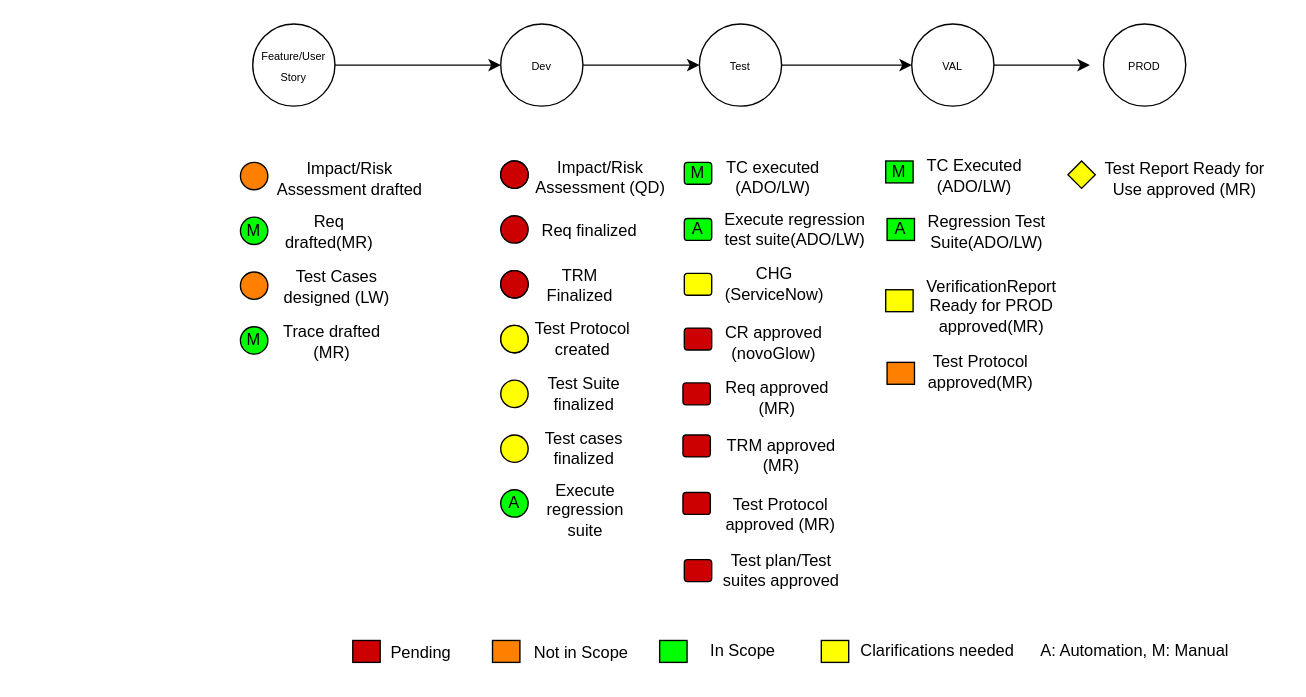
Before: hpalmtoado2.drawio in surajnaik90/Architectures-Designs, a draw.io diagram. Source tidied: cells renumbered, new cells numbered last; positions are measured from the earlier drawing's top-left corner, leaving out a move shared by most shapes. Both pictures are drawn from the tidied source at 137%, with x=0, y=0 at pixel (240, 23).
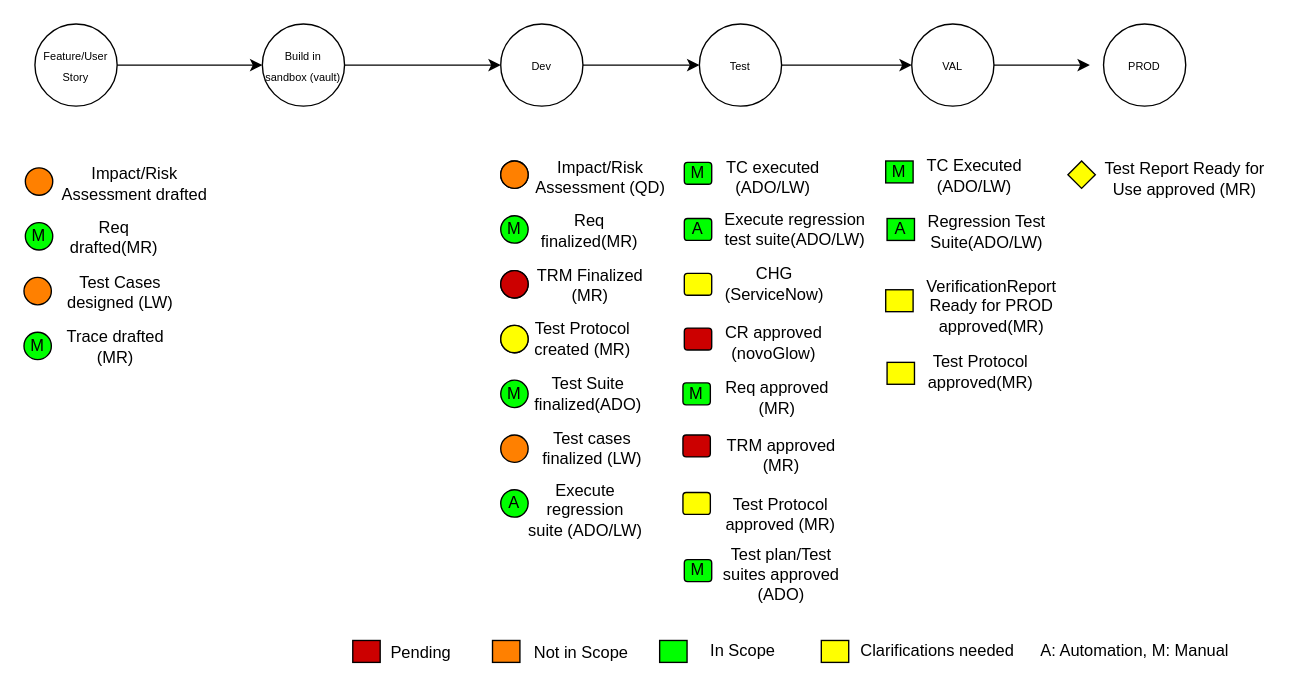
After the change.

The edit, as a diff of the source:
```diff
@@
     <mxCell id="3" style="ellipse;whiteSpace=wrap;html=1;" parent="1" vertex="1">
-      <mxGeometry x="9" width="60" height="60" as="geometry" />
+      <mxGeometry x="16" width="60" height="60" as="geometry" />
     </mxCell>
-    <mxCell id="4" value="&lt;font style=&quot;font-size: 8px;&quot;&gt;Feature/User Story&lt;/font&gt;" style="text;html=1;strokeColor=none;fillColor=none;align=center;verticalAlign=middle;whiteSpace=wrap;rounded=0;" parent="1" vertex="1">
-      <mxGeometry x="9" y="15" width="60" height="30" as="geometry" />
+    <mxCell id="4" value="&lt;font style=&quot;font-size: 8px;&quot;&gt;Build in sandbox (vault)&lt;/font&gt;" style="text;html=1;strokeColor=none;fillColor=none;align=center;verticalAlign=middle;whiteSpace=wrap;rounded=0;" parent="1" vertex="1">
+      <mxGeometry x="16" y="15" width="60" height="30" as="geometry" />
     </mxCell>
@@
-    <mxCell id="17" style="ellipse;whiteSpace=wrap;html=1;fillColor=#CC0000;" parent="1" vertex="1">
+    <mxCell id="17" value="M" style="ellipse;whiteSpace=wrap;html=1;fillColor=#00FF00;" parent="1" vertex="1">
       <mxGeometry x="190" y="140" width="20" height="20" as="geometry" />
     </mxCell>
@@
-    <mxCell id="20" style="ellipse;whiteSpace=wrap;html=1;fillColor=#FFFF00;" parent="1" vertex="1">
+    <mxCell id="20" value="M" style="ellipse;whiteSpace=wrap;html=1;fillColor=#00FF00;" parent="1" vertex="1">
       <mxGeometry x="190" y="260" width="20" height="20" as="geometry" />
     </mxCell>
-    <mxCell id="21" style="ellipse;whiteSpace=wrap;html=1;fillColor=#FFFF00;" parent="1" vertex="1">
+    <mxCell id="21" style="ellipse;whiteSpace=wrap;html=1;fillColor=#FF8000;" parent="1" vertex="1">
       <mxGeometry x="190" y="300" width="20" height="20" as="geometry" />
     </mxCell>
@@
-    <mxCell id="24" value="Req finalized" style="text;html=1;strokeColor=none;fillColor=none;align=center;verticalAlign=middle;whiteSpace=wrap;rounded=0;" parent="1" vertex="1">
+    <mxCell id="24" value="Req finalized(MR)" style="text;html=1;strokeColor=none;fillColor=none;align=center;verticalAlign=middle;whiteSpace=wrap;rounded=0;" parent="1" vertex="1">
       <mxGeometry x="213" y="136" width="84" height="30" as="geometry" />
     </mxCell>
-    <mxCell id="25" value="TRM Finalized" style="text;html=1;strokeColor=none;fillColor=none;align=center;verticalAlign=middle;whiteSpace=wrap;rounded=0;" parent="1" vertex="1">
-      <mxGeometry x="211" y="176" width="74" height="30" as="geometry" />
+    <mxCell id="25" value="TRM Finalized (MR)" style="text;html=1;strokeColor=none;fillColor=none;align=center;verticalAlign=middle;whiteSpace=wrap;rounded=0;" parent="1" vertex="1">
+      <mxGeometry x="211" y="176" width="89" height="30" as="geometry" />
     </mxCell>
-    <mxCell id="26" value="Test Protocol created" style="text;html=1;strokeColor=none;fillColor=none;align=center;verticalAlign=middle;whiteSpace=wrap;rounded=0;" parent="1" vertex="1">
+    <mxCell id="26" value="Test Protocol created (MR)" style="text;html=1;strokeColor=none;fillColor=none;align=center;verticalAlign=middle;whiteSpace=wrap;rounded=0;" parent="1" vertex="1">
       <mxGeometry x="213" y="215" width="74" height="30" as="geometry" />
     </mxCell>
-    <mxCell id="27" value="Test Suite finalized" style="text;html=1;strokeColor=none;fillColor=none;align=center;verticalAlign=middle;whiteSpace=wrap;rounded=0;" parent="1" vertex="1">
-      <mxGeometry x="214" y="255" width="74" height="30" as="geometry" />
+    <mxCell id="27" value="Test Suite finalized(ADO)" style="text;html=1;strokeColor=none;fillColor=none;align=center;verticalAlign=middle;whiteSpace=wrap;rounded=0;" parent="1" vertex="1">
+      <mxGeometry x="217" y="255" width="74" height="30" as="geometry" />
     </mxCell>
-    <mxCell id="28" value="Test cases finalized" style="text;html=1;strokeColor=none;fillColor=none;align=center;verticalAlign=middle;whiteSpace=wrap;rounded=0;" parent="1" vertex="1">
-      <mxGeometry x="214" y="295" width="74" height="30" as="geometry" />
+    <mxCell id="28" value="Test cases finalized (LW)" style="text;html=1;strokeColor=none;fillColor=none;align=center;verticalAlign=middle;whiteSpace=wrap;rounded=0;" parent="1" vertex="1">
+      <mxGeometry x="214" y="295" width="86" height="30" as="geometry" />
     </mxCell>
-    <mxCell id="29" value="Execute regression suite" style="text;html=1;strokeColor=none;fillColor=none;align=center;verticalAlign=middle;whiteSpace=wrap;rounded=0;" parent="1" vertex="1">
+    <mxCell id="29" value="Execute regression suite (ADO/LW)" style="text;html=1;strokeColor=none;fillColor=none;align=center;verticalAlign=middle;whiteSpace=wrap;rounded=0;" parent="1" vertex="1">
       <mxGeometry x="209" y="340" width="86" height="30" as="geometry" />
     </mxCell>
-    <mxCell id="30" style="ellipse;whiteSpace=wrap;html=1;fillColor=#CC0000;" parent="1" vertex="1">
+    <mxCell id="30" style="ellipse;whiteSpace=wrap;html=1;fillColor=#FF8000;" parent="1" vertex="1">
       <mxGeometry x="190" y="100" width="20" height="20" as="geometry" />
     </mxCell>
@@
-    <mxCell id="38" style="rounded=1;whiteSpace=wrap;html=1;fillColor=#FF8000;arcSize=0;" parent="1" vertex="1">
+    <mxCell id="38" style="rounded=1;whiteSpace=wrap;html=1;fillColor=#FFFF00;arcSize=0;" parent="1" vertex="1">
       <mxGeometry x="472" y="247" width="20" height="16" as="geometry" />
     </mxCell>
@@
-    <mxCell id="50" style="rounded=1;whiteSpace=wrap;html=1;fillColor=#CC0000;" parent="1" vertex="1">
+    <mxCell id="50" value="M" style="rounded=1;whiteSpace=wrap;html=1;fillColor=#00FF00;" parent="1" vertex="1">
       <mxGeometry x="323" y="262" width="20" height="16" as="geometry" />
     </mxCell>
@@
-    <mxCell id="52" style="rounded=1;whiteSpace=wrap;html=1;fillColor=#CC0000;" parent="1" vertex="1">
+    <mxCell id="52" style="rounded=1;whiteSpace=wrap;html=1;fillColor=#FFFF00;" parent="1" vertex="1">
       <mxGeometry x="323" y="342" width="20" height="16" as="geometry" />
     </mxCell>
@@
-    <mxCell id="66" value="Test plan/Test suites approved" style="text;html=1;strokeColor=none;fillColor=none;align=center;verticalAlign=middle;whiteSpace=wrap;rounded=0;" parent="1" vertex="1">
-      <mxGeometry x="350" y="384" width="90" height="30" as="geometry" />
+    <mxCell id="66" value="Test plan/Test suites approved (ADO)" style="text;html=1;strokeColor=none;fillColor=none;align=center;verticalAlign=middle;whiteSpace=wrap;rounded=0;" parent="1" vertex="1">
+      <mxGeometry x="350" y="387" width="90" height="30" as="geometry" />
     </mxCell>
-    <mxCell id="67" style="rounded=1;whiteSpace=wrap;html=1;fillColor=#CC0000;" parent="1" vertex="1">
+    <mxCell id="67" value="M" style="rounded=1;whiteSpace=wrap;html=1;fillColor=#00FF00;" parent="1" vertex="1">
       <mxGeometry x="324" y="391" width="20" height="16" as="geometry" />
     </mxCell>
     <mxCell id="68" value="M" style="ellipse;whiteSpace=wrap;html=1;fillColor=#00FF00;" parent="1" vertex="1">
-      <mxGeometry y="141" width="20" height="20" as="geometry" />
+      <mxGeometry x="-157" y="145" width="20" height="20" as="geometry" />
     </mxCell>
     <mxCell id="69" value="Impact/Risk Assessment drafted" style="text;html=1;strokeColor=none;fillColor=none;align=center;verticalAlign=middle;whiteSpace=wrap;rounded=0;" parent="1" vertex="1">
-      <mxGeometry x="22" y="98" width="116" height="30" as="geometry" />
+      <mxGeometry x="-135" y="102" width="116" height="30" as="geometry" />
     </mxCell>
     <mxCell id="70" value="Req drafted(MR)" style="text;html=1;strokeColor=none;fillColor=none;align=center;verticalAlign=middle;whiteSpace=wrap;rounded=0;" parent="1" vertex="1">
-      <mxGeometry x="23" y="137" width="84" height="30" as="geometry" />
+      <mxGeometry x="-134" y="141" width="84" height="30" as="geometry" />
     </mxCell>
     <mxCell id="71" value="Test Cases designed (LW)" style="text;html=1;strokeColor=none;fillColor=none;align=center;verticalAlign=middle;whiteSpace=wrap;rounded=0;" parent="1" vertex="1">
-      <mxGeometry x="21" y="177" width="99" height="30" as="geometry" />
+      <mxGeometry x="-137" y="181" width="99" height="30" as="geometry" />
     </mxCell>
     <mxCell id="72" value="Trace drafted (MR)" style="text;html=1;strokeColor=none;fillColor=none;align=center;verticalAlign=middle;whiteSpace=wrap;rounded=0;" parent="1" vertex="1">
-      <mxGeometry x="30" y="217" width="74" height="30" as="geometry" />
+      <mxGeometry x="-128" y="221" width="74" height="30" as="geometry" />
     </mxCell>
     <mxCell id="73" style="ellipse;whiteSpace=wrap;html=1;fillColor=#FF8000;" parent="1" vertex="1">
-      <mxGeometry y="101" width="20" height="20" as="geometry" />
+      <mxGeometry x="-157" y="105" width="20" height="20" as="geometry" />
     </mxCell>
     <mxCell id="74" style="ellipse;whiteSpace=wrap;html=1;fillColor=#FF8000;" parent="1" vertex="1">
-      <mxGeometry y="181" width="20" height="20" as="geometry" />
+      <mxGeometry x="-158" y="185" width="20" height="20" as="geometry" />
     </mxCell>
     <mxCell id="75" value="M" style="ellipse;whiteSpace=wrap;html=1;fillColor=#00FF00;" parent="1" vertex="1">
-      <mxGeometry y="221" width="20" height="20" as="geometry" />
+      <mxGeometry x="-158" y="225" width="20" height="20" as="geometry" />
     </mxCell>
+    <mxCell id="76" style="ellipse;whiteSpace=wrap;html=1;" parent="1" vertex="1">
+      <mxGeometry x="-150" width="60" height="60" as="geometry" />
+    </mxCell>
+    <mxCell id="77" style="edgeStyle=orthogonalEdgeStyle;rounded=0;jettySize=auto;html=1;entryX=0;entryY=0.5;entryDx=0;entryDy=0;" parent="1" edge="1" source="78" target="4">
+      <mxGeometry relative="1" as="geometry" />
+    </mxCell>
+    <mxCell id="78" value="&lt;font style=&quot;font-size: 8px;&quot;&gt;Feature/User Story&lt;/font&gt;" style="text;html=1;strokeColor=none;fillColor=none;align=center;verticalAlign=middle;whiteSpace=wrap;rounded=0;" parent="1" vertex="1">
+      <mxGeometry x="-150" y="15" width="60" height="30" as="geometry" />
+    </mxCell>
```
